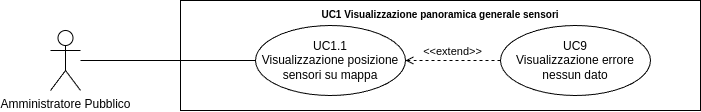
SWATEngineering/Docs keeps this draw.io diagram as src/3_PB/AnalisiDeiRequisiti/assets/UML/UC1.1_Visualizzazione-posizione-sensori-su-mappa.png. Above is the earlier version. Source tidied: cells renumbered, new cells last; positions are measured from the earlier drawing's top-left corner, leaving out a move shared by most shapes.
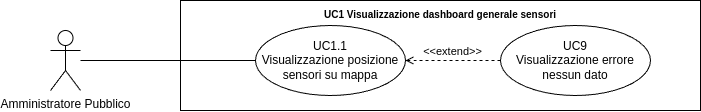
The same file after the commit.

Commit message:
sistemate immagini 1.1 e 1.2

Diff of the diagram source:
```diff
@@ -5,7 +5,7 @@
     <mxCell id="2" value="Amministratore Pubblico" style="shape=umlActor;verticalLabelPosition=bottom;verticalAlign=top;html=1;outlineConnect=0;" parent="1" vertex="1">
       <mxGeometry y="30" width="30" height="60" as="geometry" />
     </mxCell>
-    <mxCell id="3" value="&lt;b style=&quot;border-color: var(--border-color); font-size: 10px;&quot;&gt;UC1 Visualizzazione panoramica generale sensori&lt;/b&gt;" style="shape=rect;html=1;verticalAlign=top;fontStyle=1;whiteSpace=wrap;align=center;" parent="1" vertex="1">
+    <mxCell id="3" value="&lt;b style=&quot;border-color: var(--border-color); font-size: 10px;&quot;&gt;UC1 Visualizzazione dashboard generale sensori&lt;/b&gt;" style="shape=rect;html=1;verticalAlign=top;fontStyle=1;whiteSpace=wrap;align=center;" parent="1" vertex="1">
       <mxGeometry x="130" width="520" height="110" as="geometry" />
     </mxCell>
     <mxCell id="4" value="UC1.1&lt;br&gt;Visualizzazione posizione sensori su mappa" style="ellipse;whiteSpace=wrap;html=1;" parent="1" vertex="1">
```
